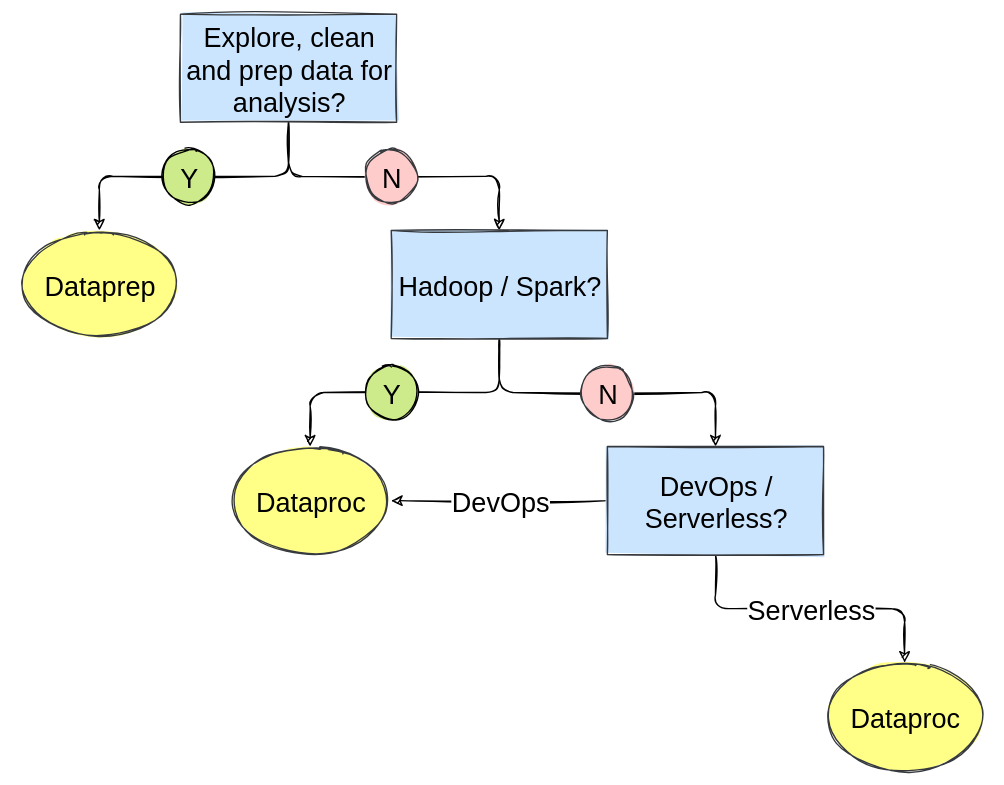
Above: files/gcp_data_processing_decision_tree.svg in TheRealMattDunn/mattdunn.info (draw.io), before the change. Source tidied: cells renumbered, new cells last; positions are measured from the earlier drawing's top-left corner, leaving out a move shared by most shapes.
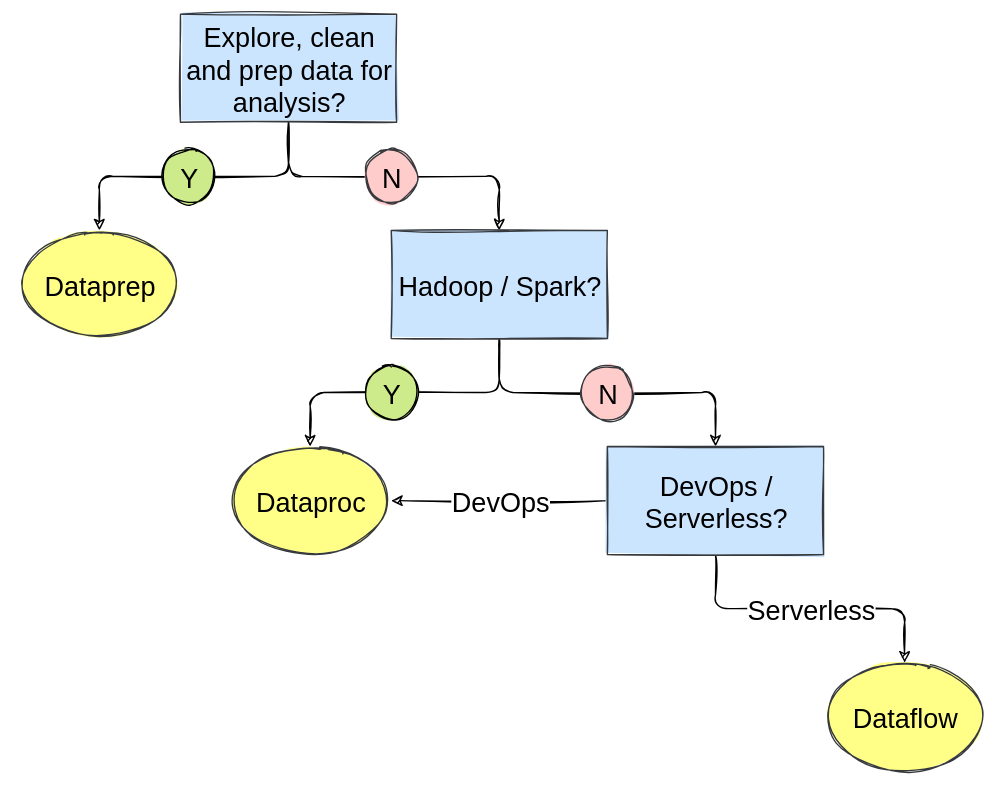
Later version of the same file.

What changed in the source:
```diff
@@ -35,7 +35,7 @@
     <mxCell id="12" value="DevOps / Serverless?" style="rounded=0;whiteSpace=wrap;html=1;fillColor=#cce5ff;strokeColor=#36393d;sketch=1;fillStyle=solid;fontSize=20;" parent="1" vertex="1">
       <mxGeometry x="436" y="320" width="160" height="80" as="geometry" />
     </mxCell>
-    <mxCell id="13" value="Dataproc" style="ellipse;whiteSpace=wrap;html=1;sketch=1;fontSize=20;gradientDirection=south;fillColor=#ffff88;strokeColor=#36393d;fillStyle=solid;" parent="1" vertex="1">
+    <mxCell id="13" value="Dataflow" style="ellipse;whiteSpace=wrap;html=1;sketch=1;fontSize=20;gradientDirection=south;fillColor=#ffff88;strokeColor=#36393d;fillStyle=solid;" parent="1" vertex="1">
       <mxGeometry x="596" y="480" width="120" height="80" as="geometry" />
     </mxCell>
     <mxCell id="14" value="Y" style="ellipse;whiteSpace=wrap;html=1;sketch=1;fontSize=20;fillColor=#cdeb8b;gradientDirection=south;fillStyle=solid;" parent="1" vertex="1">
```
